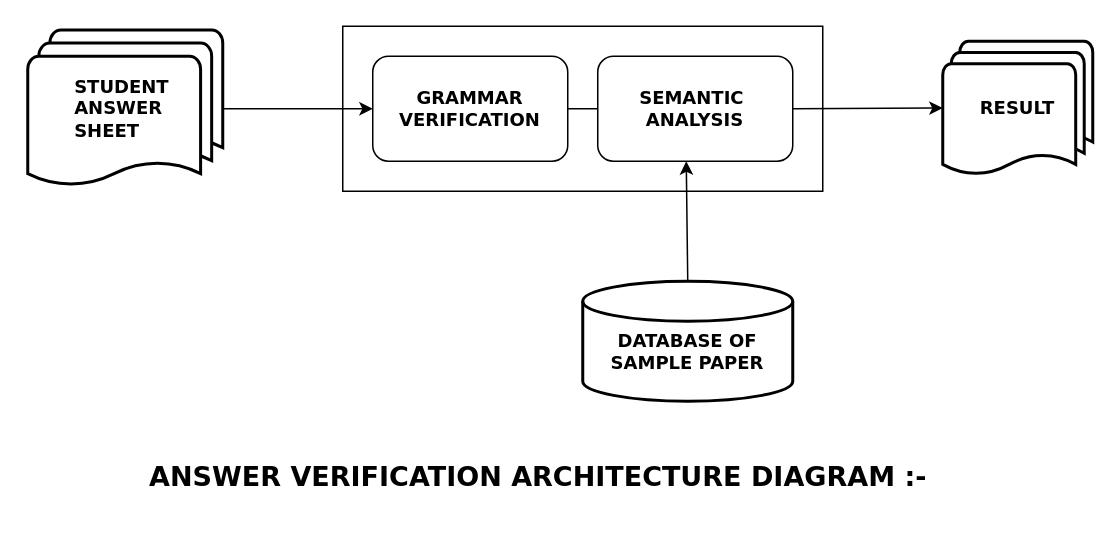
Before: AutoGrade Diagrams/Answer Verification Architecture diagram.drawio in saurabhbhoir11/AutoGrade-Automated-Subjective-Answer-Evatuator, a draw.io diagram. Source tidied: cells renumbered, new cells numbered last; positions are measured from the earlier drawing's top-left corner, leaving out a move shared by most shapes. Both pictures are drawn from the tidied source at 150%, with x=0, y=0 at pixel (27, 26).
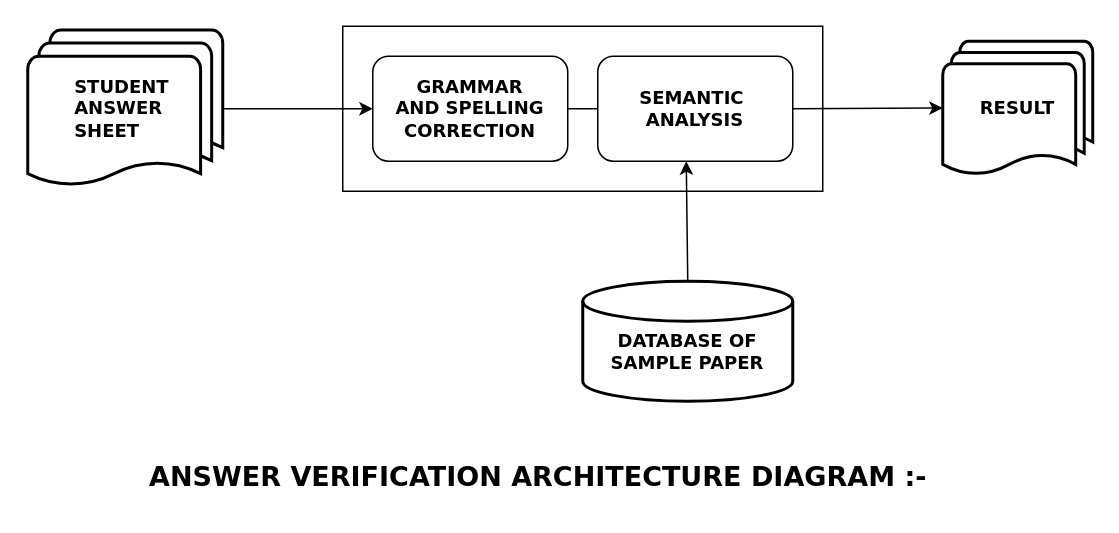
After the change.

Change to the diagram source:
```diff
@@
 <mxGraphModel>
   <root>
     <mxCell id="0" />
     <mxCell id="1" parent="0" />
     <mxCell id="2" style="rounded=0;whiteSpace=wrap;html=1;" parent="1" vertex="1">
       <mxGeometry x="210" width="320" height="110" as="geometry" />
     </mxCell>
     <mxCell id="3" value="&lt;h4&gt;&lt;div style=&quot;text-align: justify;&quot;&gt;&lt;b style=&quot;background-color: initial;&quot;&gt;&lt;font face=&quot;Verdana&quot;&gt;STUDENT&amp;nbsp;&lt;/font&gt;&lt;/b&gt;&lt;/div&gt;&lt;b&gt;&lt;div style=&quot;text-align: justify;&quot;&gt;&lt;b style=&quot;background-color: initial;&quot;&gt;&lt;font face=&quot;Verdana&quot;&gt;ANSWER&lt;/font&gt;&lt;/b&gt;&lt;/div&gt;&lt;/b&gt;&lt;b&gt;&lt;div style=&quot;text-align: justify;&quot;&gt;&lt;b style=&quot;background-color: initial;&quot;&gt;&lt;font face=&quot;Verdana&quot;&gt;SHEET&lt;/font&gt;&lt;/b&gt;&lt;/div&gt;&lt;/b&gt;&lt;/h4&gt;" style="strokeWidth=2;html=1;shape=mxgraph.flowchart.multi-document;whiteSpace=wrap;" parent="1" vertex="1">
       <mxGeometry y="2.5" width="130" height="105" as="geometry" />
     </mxCell>
     <mxCell id="4" style="endArrow=classic;html=1;rounded=0;exitX=1;exitY=0.5;exitDx=0;exitDy=0;exitPerimeter=0;entryX=0;entryY=0.5;entryDx=0;entryDy=0;" parent="1" edge="1" source="3" target="6">
       <mxGeometry relative="1" as="geometry" />
     </mxCell>
     <mxCell id="5" style="endArrow=classic;html=1;rounded=0;exitX=1;exitY=0.5;exitDx=0;exitDy=0;entryX=0;entryY=0.5;entryDx=0;entryDy=0;" parent="1" edge="1" source="7">
       <mxGeometry relative="1" as="geometry">
         <mxPoint x="610" y="54.5" as="targetPoint" />
       </mxGeometry>
     </mxCell>
-    <mxCell id="6" value="&lt;b&gt;&lt;font face=&quot;Verdana&quot;&gt;GRAMMAR&lt;br&gt;VERIFICATION&lt;/font&gt;&lt;/b&gt;" style="rounded=1;whiteSpace=wrap;html=1;" parent="1" vertex="1">
+    <mxCell id="6" value="&lt;b&gt;&lt;font face=&quot;Verdana&quot;&gt;GRAMMAR&lt;br&gt;AND SPELLING CORRECTION&lt;br&gt;&lt;/font&gt;&lt;/b&gt;" style="rounded=1;whiteSpace=wrap;html=1;" parent="1" vertex="1">
       <mxGeometry x="230" y="20" width="130" height="70" as="geometry" />
     </mxCell>
     <mxCell id="7" value="&lt;font face=&quot;Verdana&quot;&gt;&lt;b&gt;SEMANTIC&amp;nbsp;&lt;br&gt;ANALYSIS&lt;/b&gt;&lt;/font&gt;" style="rounded=1;whiteSpace=wrap;html=1;" parent="1" vertex="1">
       <mxGeometry x="380" y="20" width="130" height="70" as="geometry" />
     </mxCell>
     <mxCell id="8" value="&lt;h4&gt;&lt;div style=&quot;text-align: justify;&quot;&gt;&lt;font face=&quot;Verdana&quot;&gt;RESULT&lt;/font&gt;&lt;/div&gt;&lt;/h4&gt;" style="strokeWidth=2;html=1;shape=mxgraph.flowchart.multi-document;whiteSpace=wrap;" parent="1" vertex="1">
       <mxGeometry x="610" y="10" width="100" height="90" as="geometry" />
     </mxCell>
     <mxCell id="9" style="endArrow=classic;html=1;rounded=0;exitX=0.5;exitY=0;exitDx=0;exitDy=0;exitPerimeter=0;" parent="1" edge="1" source="10">
       <mxGeometry relative="1" as="geometry">
         <mxPoint x="439" y="90" as="targetPoint" />
       </mxGeometry>
     </mxCell>
     <mxCell id="10" value="&lt;b&gt;&lt;font face=&quot;Verdana&quot;&gt;&lt;br&gt;DATABASE OF SAMPLE PAPER&lt;/font&gt;&lt;/b&gt;" style="strokeWidth=2;html=1;shape=mxgraph.flowchart.database;whiteSpace=wrap;" parent="1" vertex="1">
       <mxGeometry x="370" y="170" width="140" height="80" as="geometry" />
     </mxCell>
     <mxCell id="11" style="endArrow=none;html=1;rounded=0;exitX=1;exitY=0.5;exitDx=0;exitDy=0;entryX=0;entryY=0.5;entryDx=0;entryDy=0;" parent="1" edge="1" source="6" target="7">
       <mxGeometry relative="1" as="geometry" />
     </mxCell>
     <mxCell id="12" value="&lt;font style=&quot;font-size: 18px;&quot; face=&quot;Verdana&quot;&gt;&lt;b style=&quot;&quot;&gt;ANSWER VERIFICATION ARCHITECTURE DIAGRAM :-&lt;/b&gt;&lt;/font&gt;" style="text;html=1;align=center;verticalAlign=middle;strokeColor=none;fillColor=none;" parent="1" vertex="1">
       <mxGeometry x="60" y="280" width="560" height="40" as="geometry" />
     </mxCell>
   </root>
 </mxGraphModel>
```
